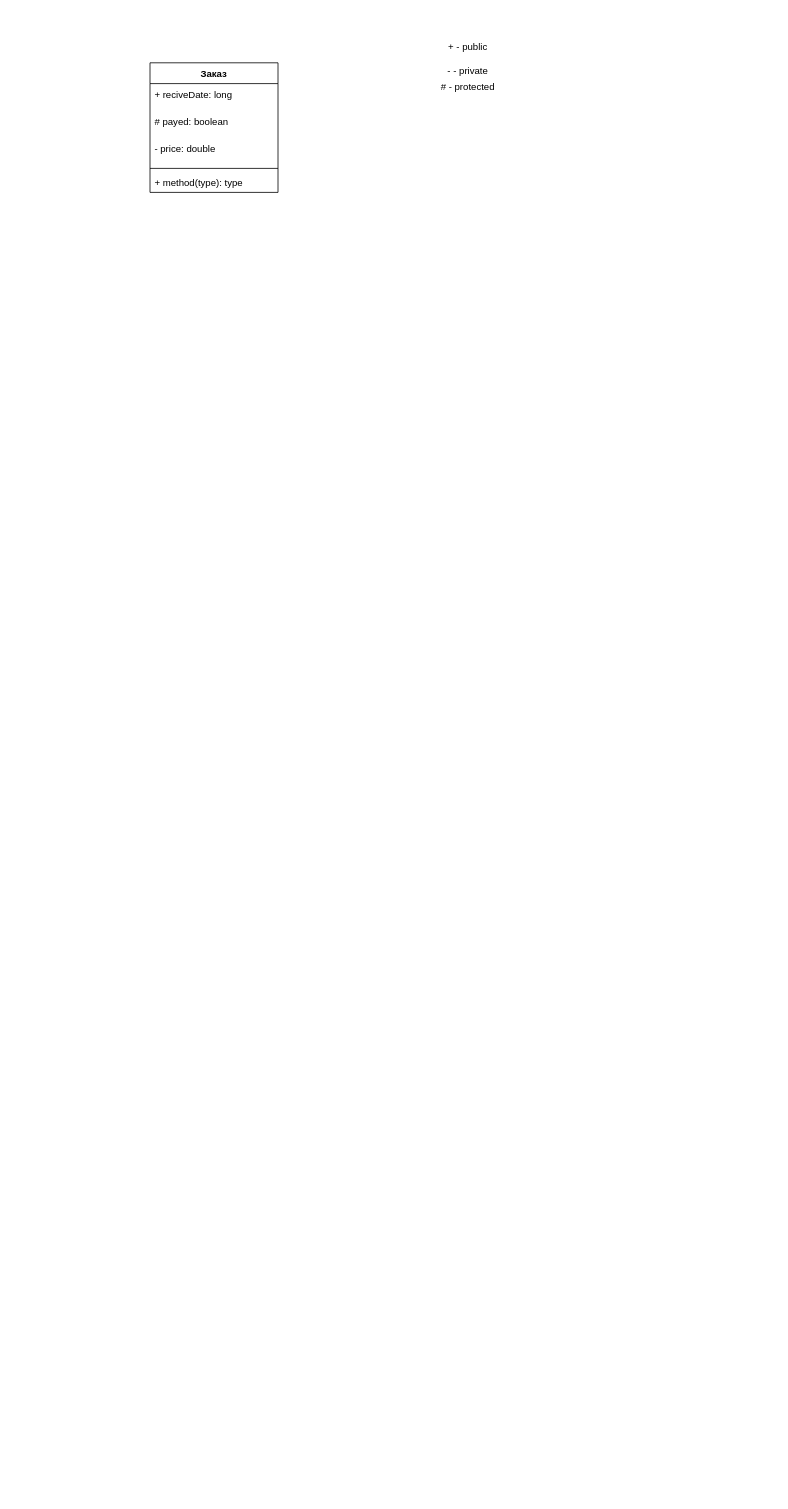
KtoYaTo/app.diagrams.net keeps this draw.io diagram as Untitled Diagram.drawio. Above is the earlier version. Source tidied: cells renumbered, new cells numbered last; positions are measured from the earlier drawing's top-left corner, leaving out a move shared by most shapes. Both pictures are drawn from the tidied source at 80%, with x=0, y=0 at pixel (150, 38).
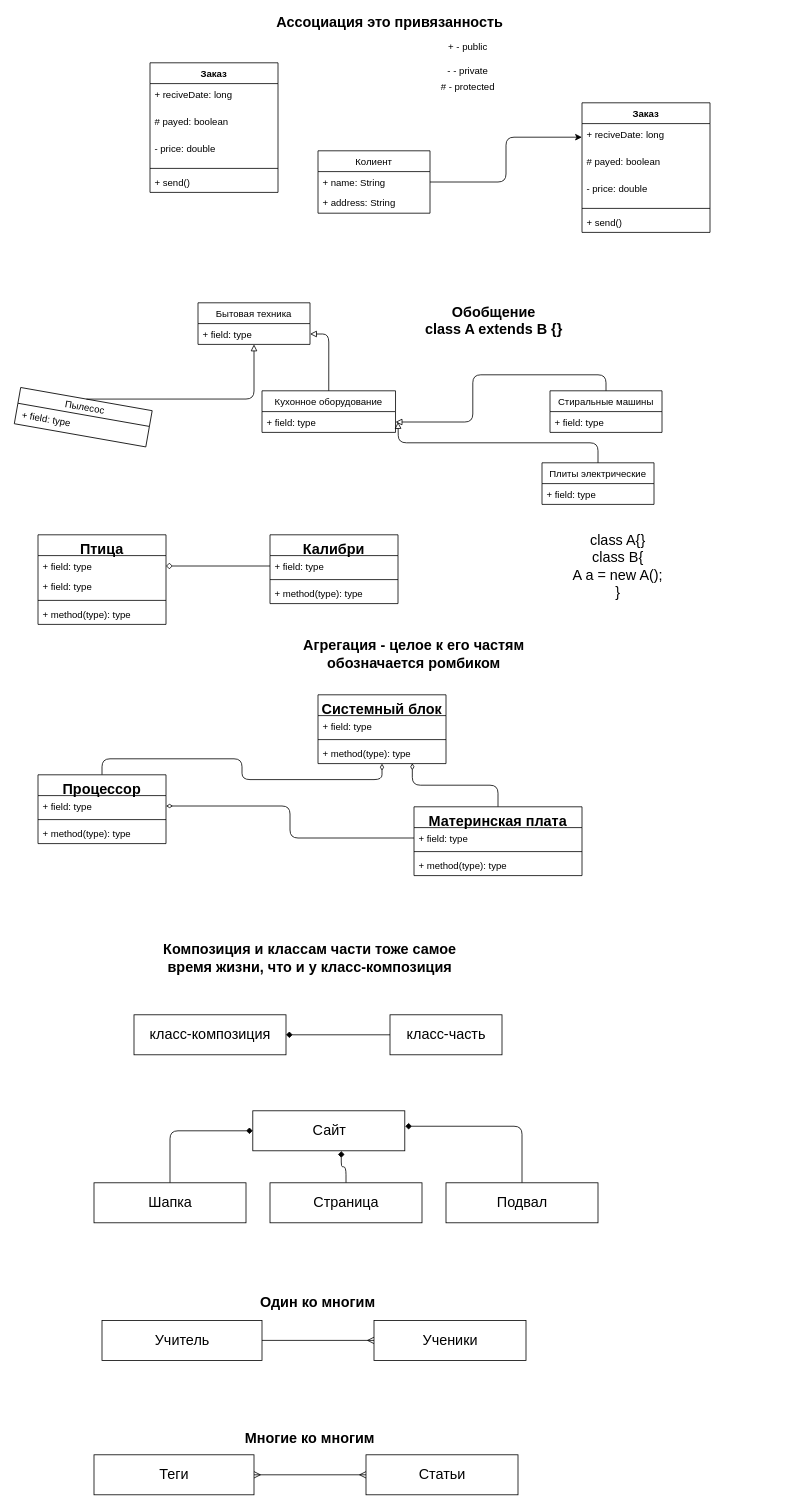
The same diagram, later.

Unchanged cells that the change refers to:
```xml
<mxCell id="5" value="Заказ" style="swimlane;fontStyle=1;align=center;verticalAlign=top;horizontal=1;startSize=26;" parent="1" vertex="1">
  <mxGeometry y="30" width="160" height="162" as="geometry" />
</mxCell>
```

The edit, as a diff of the source:
```diff
@@
-    <mxCell id="2" value="+ - public&lt;br&gt;" style="text;html=1;strokeColor=none;fillColor=none;align=center;verticalAlign=middle;whiteSpace=wrap;rounded=0;" parent="1" vertex="1">
+    <mxCell id="2" value="+ - public&lt;br&gt;" style="text;html=1;strokeColor=none;fillColor=none;align=center;verticalAlign=middle;whiteSpace=wrap;" parent="1" vertex="1">
       <mxGeometry x="335" width="125" height="20" as="geometry" />
     </mxCell>
-    <mxCell id="3" value="- - private" style="text;html=1;strokeColor=none;fillColor=none;align=center;verticalAlign=middle;whiteSpace=wrap;rounded=0;" parent="1" vertex="1">
+    <mxCell id="3" value="- - private" style="text;html=1;strokeColor=none;fillColor=none;align=center;verticalAlign=middle;whiteSpace=wrap;" parent="1" vertex="1">
       <mxGeometry x="335" y="30" width="125" height="20" as="geometry" />
     </mxCell>
-    <mxCell id="4" value="# - protected" style="text;html=1;strokeColor=none;fillColor=none;align=center;verticalAlign=middle;whiteSpace=wrap;rounded=0;" parent="1" vertex="1">
+    <mxCell id="4" value="# - protected" style="text;html=1;strokeColor=none;fillColor=none;align=center;verticalAlign=middle;whiteSpace=wrap;" parent="1" vertex="1">
       <mxGeometry x="335" y="50" width="125" height="20" as="geometry" />
     </mxCell>
@@
-    <mxCell id="10" value="+ method(type): type" style="text;strokeColor=none;fillColor=none;align=left;verticalAlign=top;spacingLeft=4;spacingRight=4;overflow=hidden;" parent="5" vertex="1">
+    <mxCell id="10" value="+ send()" style="text;strokeColor=none;fillColor=none;align=left;verticalAlign=top;spacingLeft=4;spacingRight=4;overflow=hidden;" parent="5" vertex="1">
       <mxGeometry y="136" width="160" height="26" as="geometry" />
     </mxCell>
+    <mxCell id="11" value="Ассоциация это привязанность&lt;br style=&quot;font-size: 18px;&quot;&gt;" style="text;html=1;strokeColor=none;fillColor=none;align=center;verticalAlign=middle;whiteSpace=wrap;fontSize=18;fontStyle=1;" parent="1" vertex="1">
+      <mxGeometry x="150" y="-30" width="300" height="20" as="geometry" />
+    </mxCell>
+    <mxCell id="12" style="edgeStyle=orthogonalEdgeStyle;jettySize=auto;html=1;entryX=0;entryY=0.5;entryDx=0;entryDy=0;" parent="1" edge="1" source="14" target="17">
+      <mxGeometry relative="1" as="geometry" />
+    </mxCell>
+    <mxCell id="13" value="Колиент" style="swimlane;fontStyle=0;horizontal=1;startSize=26;fillColor=none;" parent="1" vertex="1">
+      <mxGeometry x="210" y="140" width="140" height="78" as="geometry" />
+    </mxCell>
+    <mxCell id="14" value="+ name: String" style="text;strokeColor=none;fillColor=none;align=left;verticalAlign=top;spacingLeft=4;spacingRight=4;overflow=hidden;points=[[0,0.5],[1,0.5]];portConstraint=eastwest;" parent="13" vertex="1">
+      <mxGeometry y="26" width="140" height="26" as="geometry" />
+    </mxCell>
+    <mxCell id="15" value="+ address: String" style="text;strokeColor=none;fillColor=none;align=left;verticalAlign=top;spacingLeft=4;spacingRight=4;overflow=hidden;" parent="13" vertex="1">
+      <mxGeometry y="52" width="140" height="26" as="geometry" />
+    </mxCell>
+    <mxCell id="16" value="Заказ" style="swimlane;fontStyle=1;align=center;verticalAlign=top;horizontal=1;startSize=26;" parent="1" vertex="1">
+      <mxGeometry x="540" y="80" width="160" height="162" as="geometry" />
+    </mxCell>
+    <mxCell id="17" value="+ reciveDate: long" style="text;strokeColor=none;fillColor=none;align=left;verticalAlign=top;spacingLeft=4;spacingRight=4;overflow=hidden;points=[[0,0.5],[1,0.5]];portConstraint=eastwest;" parent="16" vertex="1">
+      <mxGeometry y="26" width="160" height="34" as="geometry" />
+    </mxCell>
+    <mxCell id="18" value="# payed: boolean" style="text;strokeColor=none;fillColor=none;align=left;verticalAlign=top;spacingLeft=4;spacingRight=4;overflow=hidden;" parent="16" vertex="1">
+      <mxGeometry y="60" width="160" height="34" as="geometry" />
+    </mxCell>
+    <mxCell id="19" value="- price: double" style="text;strokeColor=none;fillColor=none;align=left;verticalAlign=top;spacingLeft=4;spacingRight=4;overflow=hidden;" parent="16" vertex="1">
+      <mxGeometry y="94" width="160" height="34" as="geometry" />
+    </mxCell>
+    <mxCell id="20" style="line;strokeWidth=1;fillColor=none;align=left;verticalAlign=middle;spacingTop=-1;spacingLeft=3;spacingRight=3;labelPosition=right;" parent="16" vertex="1">
+      <mxGeometry y="128" width="160" height="8" as="geometry" />
+    </mxCell>
+    <mxCell id="21" value="+ send()" style="text;strokeColor=none;fillColor=none;align=left;verticalAlign=top;spacingLeft=4;spacingRight=4;overflow=hidden;" parent="16" vertex="1">
+      <mxGeometry y="136" width="160" height="26" as="geometry" />
+    </mxCell>
+    <mxCell id="22" value="Обобщение&lt;br&gt;class A extends B {}&lt;br&gt;" style="text;html=1;strokeColor=none;fillColor=none;align=center;verticalAlign=middle;whiteSpace=wrap;fontStyle=1;fontSize=18;" parent="1" vertex="1">
+      <mxGeometry x="300" y="343" width="260" height="20" as="geometry" />
+    </mxCell>
+    <mxCell id="23" style="edgeStyle=orthogonalEdgeStyle;jettySize=auto;html=1;exitX=0.5;exitY=0;exitDx=0;exitDy=0;endArrow=block;endFill=0;strokeColor=#000000;strokeWidth=1;" parent="1" edge="1" source="35">
+      <mxGeometry relative="1" as="geometry">
+        <mxPoint x="310" y="479" as="targetPoint" />
+      </mxGeometry>
+    </mxCell>
+    <mxCell id="24" style="edgeStyle=orthogonalEdgeStyle;jettySize=auto;html=1;exitX=0.5;exitY=0;exitDx=0;exitDy=0;entryX=1;entryY=0.5;entryDx=0;entryDy=0;endArrow=block;endFill=0;strokeColor=#000000;strokeWidth=1;" parent="1" edge="1" source="33" target="27">
+      <mxGeometry relative="1" as="geometry" />
+    </mxCell>
+    <mxCell id="25" style="edgeStyle=orthogonalEdgeStyle;jettySize=auto;html=1;exitX=0.5;exitY=0;exitDx=0;exitDy=0;endArrow=block;endFill=0;strokeColor=#000000;strokeWidth=1;" parent="1" edge="1" source="26" target="32">
+      <mxGeometry relative="1" as="geometry" />
+    </mxCell>
+    <mxCell id="26" value="Кухонное оборудование" style="swimlane;fontStyle=0;horizontal=1;startSize=26;fillColor=none;" parent="1" vertex="1">
+      <mxGeometry x="140" y="440" width="166.9" height="52" as="geometry" />
+    </mxCell>
+    <mxCell id="27" value="+ field: type" style="text;strokeColor=none;fillColor=none;align=left;verticalAlign=top;spacingLeft=4;spacingRight=4;overflow=hidden;points=[[0,0.5],[1,0.5]];portConstraint=eastwest;" parent="26" vertex="1">
+      <mxGeometry y="26" width="166.9" height="26" as="geometry" />
+    </mxCell>
+    <mxCell id="28" style="edgeStyle=orthogonalEdgeStyle;jettySize=auto;html=1;exitX=0.5;exitY=0;exitDx=0;exitDy=0;strokeWidth=1;endArrow=block;endFill=0;" parent="1" edge="1" source="29" target="31">
+      <mxGeometry relative="1" as="geometry" />
+    </mxCell>
+    <mxCell id="29" value="Пылесос" style="swimlane;fontStyle=0;horizontal=1;startSize=20;fillColor=none;rotation=10;" parent="1" vertex="1">
+      <mxGeometry x="-166.9" y="450" width="166.9" height="46" as="geometry" />
+    </mxCell>
+    <mxCell id="30" value="+ field: type" style="text;strokeColor=none;fillColor=none;align=left;verticalAlign=top;spacingLeft=4;spacingRight=4;overflow=hidden;rotation=10;" parent="29" vertex="1">
+      <mxGeometry y="20" width="166.9" height="26" as="geometry" />
+    </mxCell>
+    <mxCell id="31" value="Бытовая техника" style="swimlane;fontStyle=0;horizontal=1;startSize=26;fillColor=none;" parent="1" vertex="1">
+      <mxGeometry x="60" y="330" width="140" height="52" as="geometry" />
+    </mxCell>
+    <mxCell id="32" value="+ field: type" style="text;strokeColor=none;fillColor=none;align=left;verticalAlign=top;spacingLeft=4;spacingRight=4;overflow=hidden;points=[[0,0.5],[1,0.5]];portConstraint=eastwest;" parent="31" vertex="1">
+      <mxGeometry y="26" width="140" height="26" as="geometry" />
+    </mxCell>
+    <mxCell id="33" value="Стиральные машины" style="swimlane;fontStyle=0;horizontal=1;startSize=26;fillColor=none;" parent="1" vertex="1">
+      <mxGeometry x="500" y="440" width="140" height="52" as="geometry" />
+    </mxCell>
+    <mxCell id="34" value="+ field: type" style="text;strokeColor=none;fillColor=none;align=left;verticalAlign=top;spacingLeft=4;spacingRight=4;overflow=hidden;" parent="33" vertex="1">
+      <mxGeometry y="26" width="140" height="26" as="geometry" />
+    </mxCell>
+    <mxCell id="35" value="Плиты электрические" style="swimlane;fontStyle=0;horizontal=1;startSize=26;fillColor=none;" parent="1" vertex="1">
+      <mxGeometry x="490" y="530" width="140" height="52" as="geometry" />
+    </mxCell>
+    <mxCell id="36" value="+ field: type" style="text;strokeColor=none;fillColor=none;align=left;verticalAlign=top;spacingLeft=4;spacingRight=4;overflow=hidden;" parent="35" vertex="1">
+      <mxGeometry y="26" width="140" height="26" as="geometry" />
+    </mxCell>
+    <mxCell id="37" value="Птица" style="swimlane;fontStyle=1;align=center;verticalAlign=top;horizontal=1;startSize=26;fontSize=18;" parent="1" vertex="1">
+      <mxGeometry x="-140" y="620" width="160" height="112" as="geometry" />
+    </mxCell>
+    <mxCell id="38" value="+ field: type" style="text;strokeColor=none;fillColor=none;align=left;verticalAlign=top;spacingLeft=4;spacingRight=4;overflow=hidden;points=[[0,0.5],[1,0.5]];portConstraint=eastwest;" parent="37" vertex="1">
+      <mxGeometry y="26" width="160" height="26" as="geometry" />
+    </mxCell>
+    <mxCell id="39" value="+ field: type" style="text;strokeColor=none;fillColor=none;align=left;verticalAlign=top;spacingLeft=4;spacingRight=4;overflow=hidden;" parent="37" vertex="1">
+      <mxGeometry y="52" width="160" height="26" as="geometry" />
+    </mxCell>
+    <mxCell id="40" style="line;strokeWidth=1;fillColor=none;align=left;verticalAlign=middle;spacingTop=-1;spacingLeft=3;spacingRight=3;labelPosition=right;" parent="37" vertex="1">
+      <mxGeometry y="78" width="160" height="8" as="geometry" />
+    </mxCell>
+    <mxCell id="41" value="+ method(type): type" style="text;strokeColor=none;fillColor=none;align=left;verticalAlign=top;spacingLeft=4;spacingRight=4;overflow=hidden;" parent="37" vertex="1">
+      <mxGeometry y="86" width="160" height="26" as="geometry" />
+    </mxCell>
+    <mxCell id="42" value="Калибри" style="swimlane;fontStyle=1;align=center;verticalAlign=top;horizontal=1;startSize=26;fontSize=18;" parent="1" vertex="1">
+      <mxGeometry x="150" y="620" width="160" height="86" as="geometry" />
+    </mxCell>
+    <mxCell id="43" value="+ field: type" style="text;strokeColor=none;fillColor=none;align=left;verticalAlign=top;spacingLeft=4;spacingRight=4;overflow=hidden;points=[[0,0.5],[1,0.5]];portConstraint=eastwest;" parent="42" vertex="1">
+      <mxGeometry y="26" width="160" height="26" as="geometry" />
+    </mxCell>
+    <mxCell id="44" style="line;strokeWidth=1;fillColor=none;align=left;verticalAlign=middle;spacingTop=-1;spacingLeft=3;spacingRight=3;labelPosition=right;" parent="42" vertex="1">
+      <mxGeometry y="52" width="160" height="8" as="geometry" />
+    </mxCell>
+    <mxCell id="45" value="+ method(type): type" style="text;strokeColor=none;fillColor=none;align=left;verticalAlign=top;spacingLeft=4;spacingRight=4;overflow=hidden;" parent="42" vertex="1">
+      <mxGeometry y="60" width="160" height="26" as="geometry" />
+    </mxCell>
+    <mxCell id="46" style="edgeStyle=orthogonalEdgeStyle;jettySize=auto;html=1;exitX=0;exitY=0.5;exitDx=0;exitDy=0;entryX=1;entryY=0.5;entryDx=0;entryDy=0;endArrow=diamond;endFill=0;strokeColor=#000000;strokeWidth=1;fontSize=18;" parent="1" edge="1" source="43" target="38">
+      <mxGeometry relative="1" as="geometry" />
+    </mxCell>
+    <mxCell id="47" value="class A{}&lt;br&gt;class B{&lt;br&gt;A a = new A();&lt;br&gt;}" style="text;html=1;strokeColor=none;fillColor=none;align=center;verticalAlign=middle;whiteSpace=wrap;rounded=0;fontSize=18;" parent="1" vertex="1">
+      <mxGeometry x="390" y="630" width="390" height="60" as="geometry" />
+    </mxCell>
+    <mxCell id="48" value="Агрегация - целое к его частям обозначается ромбиком" style="text;html=1;strokeColor=none;fillColor=none;align=center;verticalAlign=middle;whiteSpace=wrap;fontStyle=1;fontSize=18;" parent="1" vertex="1">
+      <mxGeometry x="140" y="740" width="380" height="60" as="geometry" />
+    </mxCell>
+    <mxCell id="49" style="edgeStyle=orthogonalEdgeStyle;jettySize=auto;html=1;exitX=0.5;exitY=0;exitDx=0;exitDy=0;entryX=0.5;entryY=1;entryDx=0;entryDy=0;endArrow=diamondThin;endFill=0;strokeColor=#000000;strokeWidth=1;fontSize=18;" parent="1" edge="1" source="50" target="55">
+      <mxGeometry relative="1" as="geometry" />
+    </mxCell>
+    <mxCell id="50" value="Процессор" style="swimlane;fontStyle=1;align=center;verticalAlign=top;horizontal=1;startSize=26;fontSize=18;" parent="1" vertex="1">
+      <mxGeometry x="-140" y="920" width="160" height="86" as="geometry" />
+    </mxCell>
+    <mxCell id="51" value="+ field: type" style="text;strokeColor=none;fillColor=none;align=left;verticalAlign=top;spacingLeft=4;spacingRight=4;overflow=hidden;points=[[0,0.5],[1,0.5]];portConstraint=eastwest;" parent="50" vertex="1">
+      <mxGeometry y="26" width="160" height="26" as="geometry" />
+    </mxCell>
+    <mxCell id="52" style="line;strokeWidth=1;fillColor=none;align=left;verticalAlign=middle;spacingTop=-1;spacingLeft=3;spacingRight=3;labelPosition=right;" parent="50" vertex="1">
+      <mxGeometry y="52" width="160" height="8" as="geometry" />
+    </mxCell>
+    <mxCell id="53" value="+ method(type): type" style="text;strokeColor=none;fillColor=none;align=left;verticalAlign=top;spacingLeft=4;spacingRight=4;overflow=hidden;" parent="50" vertex="1">
+      <mxGeometry y="60" width="160" height="26" as="geometry" />
+    </mxCell>
+    <mxCell id="54" style="edgeStyle=orthogonalEdgeStyle;jettySize=auto;html=1;exitX=0.5;exitY=0;exitDx=0;exitDy=0;endArrow=diamondThin;endFill=0;strokeColor=#000000;strokeWidth=1;fontSize=18;entryX=0.737;entryY=0.981;entryDx=0;entryDy=0;entryPerimeter=0;" parent="1" edge="1" source="75" target="58">
+      <mxGeometry relative="1" as="geometry" />
+    </mxCell>
+    <mxCell id="55" value="Системный блок&#10;" style="swimlane;fontStyle=1;align=center;verticalAlign=top;horizontal=1;startSize=26;fontSize=18;" parent="1" vertex="1">
+      <mxGeometry x="210" y="820" width="160" height="86" as="geometry" />
+    </mxCell>
+    <mxCell id="56" value="+ field: type" style="text;strokeColor=none;fillColor=none;align=left;verticalAlign=top;spacingLeft=4;spacingRight=4;overflow=hidden;" parent="55" vertex="1">
+      <mxGeometry y="26" width="160" height="26" as="geometry" />
+    </mxCell>
+    <mxCell id="57" style="line;strokeWidth=1;fillColor=none;align=left;verticalAlign=middle;spacingTop=-1;spacingLeft=3;spacingRight=3;labelPosition=right;" parent="55" vertex="1">
+      <mxGeometry y="52" width="160" height="8" as="geometry" />
+    </mxCell>
+    <mxCell id="58" value="+ method(type): type" style="text;strokeColor=none;fillColor=none;align=left;verticalAlign=top;spacingLeft=4;spacingRight=4;overflow=hidden;points=[[0,0.5],[1,0.5]];portConstraint=eastwest;" parent="55" vertex="1">
+      <mxGeometry y="60" width="160" height="26" as="geometry" />
+    </mxCell>
+    <mxCell id="59" style="edgeStyle=orthogonalEdgeStyle;jettySize=auto;html=1;exitX=0;exitY=0.5;exitDx=0;exitDy=0;entryX=1;entryY=0.5;entryDx=0;entryDy=0;endArrow=diamondThin;endFill=0;strokeColor=#000000;strokeWidth=1;fontSize=18;" parent="1" edge="1" source="76" target="51">
+      <mxGeometry relative="1" as="geometry" />
+    </mxCell>
+    <mxCell id="60" value="Композиция и классам части тоже самое время жизни, что и у класс-композиция" style="text;html=1;strokeColor=none;fillColor=none;align=center;verticalAlign=middle;whiteSpace=wrap;rounded=0;fontSize=18;fontStyle=1;" parent="1" vertex="1">
+      <mxGeometry x="-10" y="1120" width="420" height="60" as="geometry" />
+    </mxCell>
+    <mxCell id="61" value="класс-композиция" style="html=1;fontSize=18;" parent="1" vertex="1">
+      <mxGeometry x="-20" y="1220" width="190" height="50" as="geometry" />
+    </mxCell>
+    <mxCell id="62" style="edgeStyle=orthogonalEdgeStyle;jettySize=auto;html=1;entryX=1;entryY=0.5;entryDx=0;entryDy=0;endArrow=diamond;endFill=1;strokeColor=#000000;strokeWidth=1;fontSize=18;" parent="1" edge="1" source="63" target="61">
+      <mxGeometry relative="1" as="geometry" />
+    </mxCell>
+    <mxCell id="63" value="класс-часть" style="html=1;fontSize=18;" parent="1" vertex="1">
+      <mxGeometry x="300" y="1220" width="140" height="50" as="geometry" />
+    </mxCell>
+    <mxCell id="64" value="Сайт" style="html=1;fontSize=18;" parent="1" vertex="1">
+      <mxGeometry x="128.5" y="1340" width="190" height="50" as="geometry" />
+    </mxCell>
+    <mxCell id="65" style="edgeStyle=orthogonalEdgeStyle;jettySize=auto;html=1;exitX=0.5;exitY=0;exitDx=0;exitDy=0;entryX=0;entryY=0.5;entryDx=0;entryDy=0;endArrow=diamond;endFill=1;strokeColor=#000000;strokeWidth=1;fontSize=18;" parent="1" edge="1" source="66" target="64">
+      <mxGeometry relative="1" as="geometry" />
+    </mxCell>
+    <mxCell id="66" value="Шапка" style="html=1;fontSize=18;" parent="1" vertex="1">
+      <mxGeometry x="-70" y="1430" width="190" height="50" as="geometry" />
+    </mxCell>
+    <mxCell id="67" style="edgeStyle=orthogonalEdgeStyle;jettySize=auto;html=1;exitX=0.5;exitY=0;exitDx=0;exitDy=0;entryX=0.582;entryY=1.007;entryDx=0;entryDy=0;entryPerimeter=0;endArrow=diamond;endFill=1;strokeColor=#000000;strokeWidth=1;fontSize=18;" parent="1" edge="1" source="68" target="64">
+      <mxGeometry relative="1" as="geometry" />
+    </mxCell>
+    <mxCell id="68" value="Страница" style="html=1;fontSize=18;" parent="1" vertex="1">
+      <mxGeometry x="150" y="1430" width="190" height="50" as="geometry" />
+    </mxCell>
+    <mxCell id="69" style="edgeStyle=orthogonalEdgeStyle;jettySize=auto;html=1;exitX=0.5;exitY=0;exitDx=0;exitDy=0;entryX=1.003;entryY=0.386;entryDx=0;entryDy=0;entryPerimeter=0;endArrow=diamond;endFill=1;strokeColor=#000000;strokeWidth=1;fontSize=18;" parent="1" edge="1" source="70" target="64">
+      <mxGeometry relative="1" as="geometry" />
+    </mxCell>
+    <mxCell id="70" value="Подвал" style="html=1;fontSize=18;" parent="1" vertex="1">
+      <mxGeometry x="370" y="1430" width="190" height="50" as="geometry" />
+    </mxCell>
+    <mxCell id="71" value="Один ко многим&lt;br&gt;" style="text;html=1;strokeColor=none;fillColor=none;align=center;verticalAlign=middle;whiteSpace=wrap;rounded=0;fontSize=18;fontStyle=1;" parent="1" vertex="1">
+      <mxGeometry x="100" y="1570" width="220" height="20" as="geometry" />
+    </mxCell>
+    <mxCell id="72" style="edgeStyle=orthogonalEdgeStyle;jettySize=auto;html=1;exitX=1;exitY=0.5;exitDx=0;exitDy=0;entryX=0;entryY=0.5;entryDx=0;entryDy=0;endArrow=ERmany;endFill=0;strokeColor=#000000;strokeWidth=1;fontSize=18;" parent="1" edge="1" source="73" target="74">
+      <mxGeometry relative="1" as="geometry" />
+    </mxCell>
+    <mxCell id="73" value="Учитель" style="html=1;fontSize=18;" parent="1" vertex="1">
+      <mxGeometry x="-60" y="1602" width="200" height="50" as="geometry" />
+    </mxCell>
+    <mxCell id="74" value="Ученики" style="html=1;fontSize=18;" parent="1" vertex="1">
+      <mxGeometry x="280" y="1602" width="190" height="50" as="geometry" />
+    </mxCell>
+    <mxCell id="75" value="Материнская плата&#10;" style="swimlane;fontStyle=1;align=center;verticalAlign=top;horizontal=1;startSize=26;fontSize=18;" parent="1" vertex="1">
+      <mxGeometry x="330" y="960" width="210" height="86" as="geometry" />
+    </mxCell>
+    <mxCell id="76" value="+ field: type" style="text;strokeColor=none;fillColor=none;align=left;verticalAlign=top;spacingLeft=4;spacingRight=4;overflow=hidden;points=[[0,0.5],[1,0.5]];portConstraint=eastwest;" parent="75" vertex="1">
+      <mxGeometry y="26" width="210" height="26" as="geometry" />
+    </mxCell>
+    <mxCell id="77" style="line;strokeWidth=1;fillColor=none;align=left;verticalAlign=middle;spacingTop=-1;spacingLeft=3;spacingRight=3;labelPosition=right;" parent="75" vertex="1">
+      <mxGeometry y="52" width="210" height="8" as="geometry" />
+    </mxCell>
+    <mxCell id="78" value="+ method(type): type" style="text;strokeColor=none;fillColor=none;align=left;verticalAlign=top;spacingLeft=4;spacingRight=4;overflow=hidden;" parent="75" vertex="1">
+      <mxGeometry y="60" width="210" height="26" as="geometry" />
+    </mxCell>
+    <mxCell id="79" value="Многие ко многим" style="text;html=1;strokeColor=none;fillColor=none;align=center;verticalAlign=middle;whiteSpace=wrap;rounded=0;fontSize=18;fontStyle=1;" parent="1" vertex="1">
+      <mxGeometry x="90" y="1740" width="220" height="20" as="geometry" />
+    </mxCell>
+    <mxCell id="80" style="edgeStyle=orthogonalEdgeStyle;jettySize=auto;html=1;exitX=1;exitY=0.5;exitDx=0;exitDy=0;entryX=0;entryY=0.5;entryDx=0;entryDy=0;endArrow=ERmany;endFill=0;strokeColor=#000000;strokeWidth=1;fontSize=18;startArrow=ERmany;startFill=0;" parent="1" edge="1" source="81" target="82">
+      <mxGeometry relative="1" as="geometry" />
+    </mxCell>
+    <mxCell id="81" value="Теги" style="html=1;fontSize=18;" parent="1" vertex="1">
+      <mxGeometry x="-70" y="1770" width="200" height="50" as="geometry" />
+    </mxCell>
+    <mxCell id="82" value="Статьи" style="html=1;fontSize=18;" parent="1" vertex="1">
+      <mxGeometry x="270" y="1770" width="190" height="50" as="geometry" />
+    </mxCell>
```
